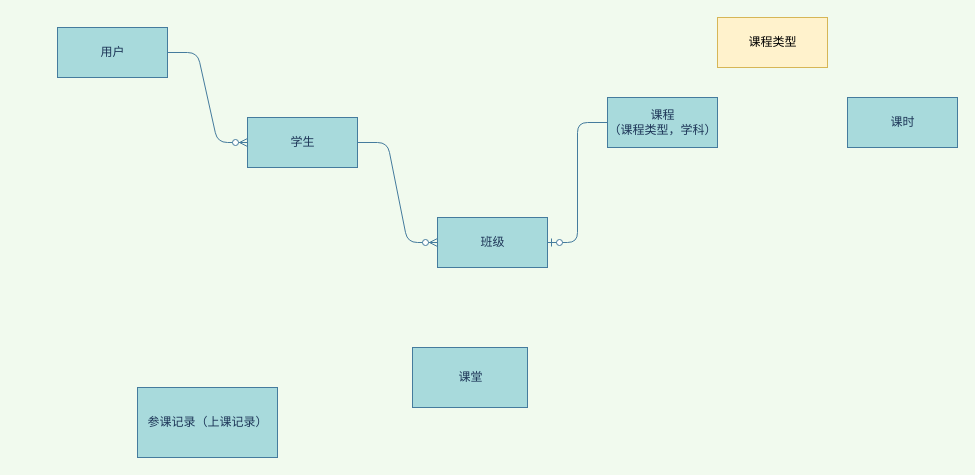
Above: 火花思维/关键类图.drawio in wangsenhehe/resources (draw.io), before the change. Source tidied: cells renumbered, new cells numbered last; positions are measured from the earlier drawing's top-left corner, leaving out a move shared by most shapes. Both pictures are drawn from the tidied source at 100%, with x=0, y=0 at pixel (57, 17).
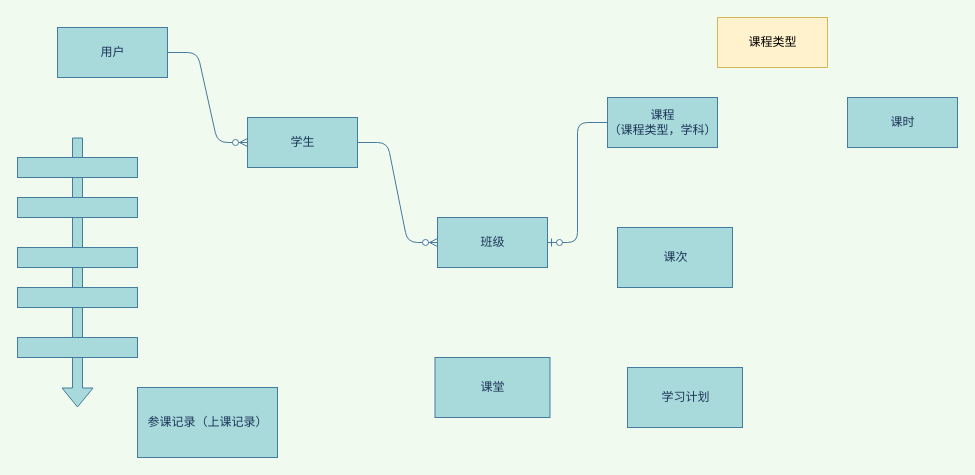
Above is the later version.

Commit message:
更新关键类图.drawio

The edit, as a diff of the source:
```diff
@@
     <mxCell id="12" value="课堂" style="html=1;rounded=0;sketch=0;strokeColor=#457B9D;fillColor=#A8DADC;fontColor=#1D3557;" parent="1" vertex="1">
-      <mxGeometry x="355" y="330" width="115" height="60" as="geometry" />
+      <mxGeometry x="377.5" y="340" width="115" height="60" as="geometry" />
     </mxCell>
+    <mxCell id="13" style="shape=flexArrow;endArrow=classic;html=1;strokeColor=#457B9D;fillColor=#A8DADC;fontColor=#1D3557;" parent="1" edge="1">
+      <mxGeometry relative="1" as="geometry">
+        <mxPoint x="20" y="120" as="sourcePoint" />
+        <mxPoint x="20" y="390" as="targetPoint" />
+      </mxGeometry>
+    </mxCell>
+    <mxCell id="14" style="rounded=0;whiteSpace=wrap;html=1;sketch=0;strokeColor=#457B9D;fillColor=#A8DADC;fontColor=#1D3557;" parent="1" vertex="1">
+      <mxGeometry x="-40" y="140" width="120" height="20" as="geometry" />
+    </mxCell>
+    <mxCell id="15" style="rounded=0;whiteSpace=wrap;html=1;sketch=0;strokeColor=#457B9D;fillColor=#A8DADC;fontColor=#1D3557;" parent="1" vertex="1">
+      <mxGeometry x="-40" y="230" width="120" height="20" as="geometry" />
+    </mxCell>
+    <mxCell id="16" style="rounded=0;whiteSpace=wrap;html=1;sketch=0;strokeColor=#457B9D;fillColor=#A8DADC;fontColor=#1D3557;" parent="1" vertex="1">
+      <mxGeometry x="-40" y="270" width="120" height="20" as="geometry" />
+    </mxCell>
+    <mxCell id="17" style="rounded=0;whiteSpace=wrap;html=1;sketch=0;strokeColor=#457B9D;fillColor=#A8DADC;fontColor=#1D3557;" parent="1" vertex="1">
+      <mxGeometry x="-40" y="180" width="120" height="20" as="geometry" />
+    </mxCell>
+    <mxCell id="18" style="rounded=0;whiteSpace=wrap;html=1;sketch=0;strokeColor=#457B9D;fillColor=#A8DADC;fontColor=#1D3557;" parent="1" vertex="1">
+      <mxGeometry x="-40" y="320" width="120" height="20" as="geometry" />
+    </mxCell>
+    <mxCell id="19" value="课次" style="html=1;rounded=0;sketch=0;strokeColor=#457B9D;fillColor=#A8DADC;fontColor=#1D3557;" parent="1" vertex="1">
+      <mxGeometry x="560" y="210" width="115" height="60" as="geometry" />
+    </mxCell>
+    <mxCell id="20" value="学习计划" style="html=1;rounded=0;sketch=0;strokeColor=#457B9D;fillColor=#A8DADC;fontColor=#1D3557;" parent="1" vertex="1">
+      <mxGeometry x="570" y="350" width="115" height="60" as="geometry" />
+    </mxCell>
```
